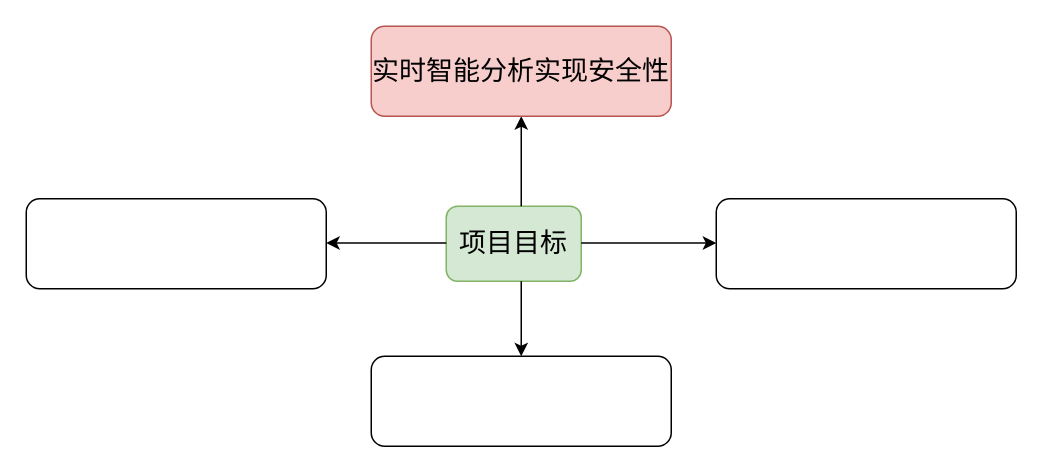
Above: 工程导论项目目标.drawio in lgqbinbin/picbed (draw.io), before the change. Source tidied: cells renumbered, new cells numbered last; positions are measured from the earlier drawing's top-left corner, leaving out a move shared by most shapes. Both pictures are drawn from the tidied source at 150%, with x=0, y=0 at pixel (26, 26).
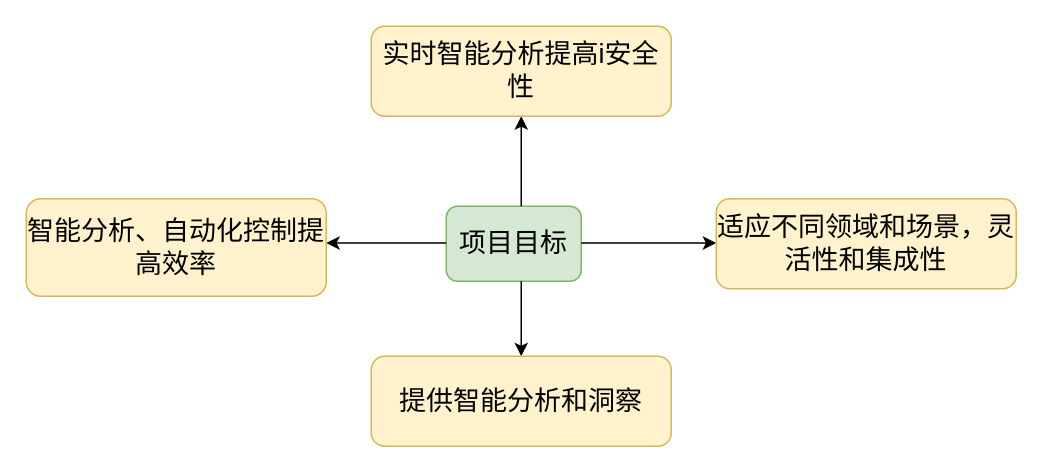
Above is the later version.

Commit message (it also covers changes not shown here):
更新工程导论项目目标.drawio

Change to the diagram source:
```diff
@@
 <mxGraphModel>
   <root>
     <mxCell id="0" />
     <mxCell id="1" parent="0" />
     <mxCell id="2" value="&lt;font style=&quot;font-size: 18px;&quot;&gt;项目目标&lt;/font&gt;" style="rounded=1;whiteSpace=wrap;html=1;fillColor=#d5e8d4;strokeColor=#82b366;" parent="1" vertex="1">
       <mxGeometry x="280" y="120" width="90" height="50" as="geometry" />
     </mxCell>
     <mxCell id="3" style="endArrow=classic;html=1;rounded=0;" parent="1" edge="1">
       <mxGeometry relative="1" as="geometry">
         <mxPoint x="330" y="120" as="sourcePoint" />
         <mxPoint x="330" y="60" as="targetPoint" />
       </mxGeometry>
     </mxCell>
     <mxCell id="4" style="endArrow=classic;html=1;rounded=0;" parent="1" edge="1">
       <mxGeometry relative="1" as="geometry">
         <mxPoint x="370" y="144.5" as="sourcePoint" />
         <mxPoint x="460" y="144.5" as="targetPoint" />
       </mxGeometry>
     </mxCell>
     <mxCell id="5" style="endArrow=classic;html=1;rounded=0;" parent="1" edge="1">
       <mxGeometry relative="1" as="geometry">
         <mxPoint x="280" y="144.5" as="sourcePoint" />
         <mxPoint x="200" y="144.5" as="targetPoint" />
       </mxGeometry>
     </mxCell>
     <mxCell id="6" style="endArrow=classic;html=1;rounded=0;" parent="1" edge="1">
       <mxGeometry relative="1" as="geometry">
         <mxPoint x="330" y="170" as="sourcePoint" />
         <mxPoint x="330" y="220" as="targetPoint" />
       </mxGeometry>
     </mxCell>
-    <mxCell id="7" value="&lt;font style=&quot;font-size: 18px;&quot;&gt;实时智能分析实现安全性&lt;/font&gt;" style="rounded=1;whiteSpace=wrap;html=1;fillColor=#f8cecc;strokeColor=#b85450;" parent="1" vertex="1">
+    <mxCell id="7" value="&lt;font style=&quot;font-size: 18px;&quot;&gt;实时智能分析提高i安全性&lt;/font&gt;" style="rounded=1;whiteSpace=wrap;html=1;fillColor=#fff2cc;strokeColor=#d6b656;" parent="1" vertex="1">
       <mxGeometry x="230" width="200" height="60" as="geometry" />
     </mxCell>
-    <mxCell id="8" style="rounded=1;whiteSpace=wrap;html=1;" parent="1" vertex="1">
-      <mxGeometry y="115" width="200" height="60" as="geometry" />
+    <mxCell id="8" value="&lt;font style=&quot;font-size: 18px;&quot;&gt;智能分析、自动化控制提高效率&lt;/font&gt;" style="rounded=1;whiteSpace=wrap;html=1;fillColor=#fff2cc;strokeColor=#d6b656;" parent="1" vertex="1">
+      <mxGeometry y="115" width="200" height="65" as="geometry" />
     </mxCell>
-    <mxCell id="9" style="rounded=1;whiteSpace=wrap;html=1;" parent="1" vertex="1">
+    <mxCell id="9" value="&lt;font style=&quot;font-size: 18px;&quot;&gt;提供智能分析和洞察&lt;/font&gt;" style="rounded=1;whiteSpace=wrap;html=1;fillColor=#fff2cc;strokeColor=#d6b656;" parent="1" vertex="1">
       <mxGeometry x="230" y="220" width="200" height="60" as="geometry" />
     </mxCell>
-    <mxCell id="10" style="rounded=1;whiteSpace=wrap;html=1;" parent="1" vertex="1">
+    <mxCell id="10" value="&lt;font style=&quot;font-size: 18px;&quot;&gt;适应不同领域和场景，灵活性和集成性&lt;/font&gt;" style="rounded=1;whiteSpace=wrap;html=1;fillColor=#fff2cc;strokeColor=#d6b656;" parent="1" vertex="1">
       <mxGeometry x="460" y="115" width="200" height="60" as="geometry" />
     </mxCell>
   </root>
 </mxGraphModel>
```
